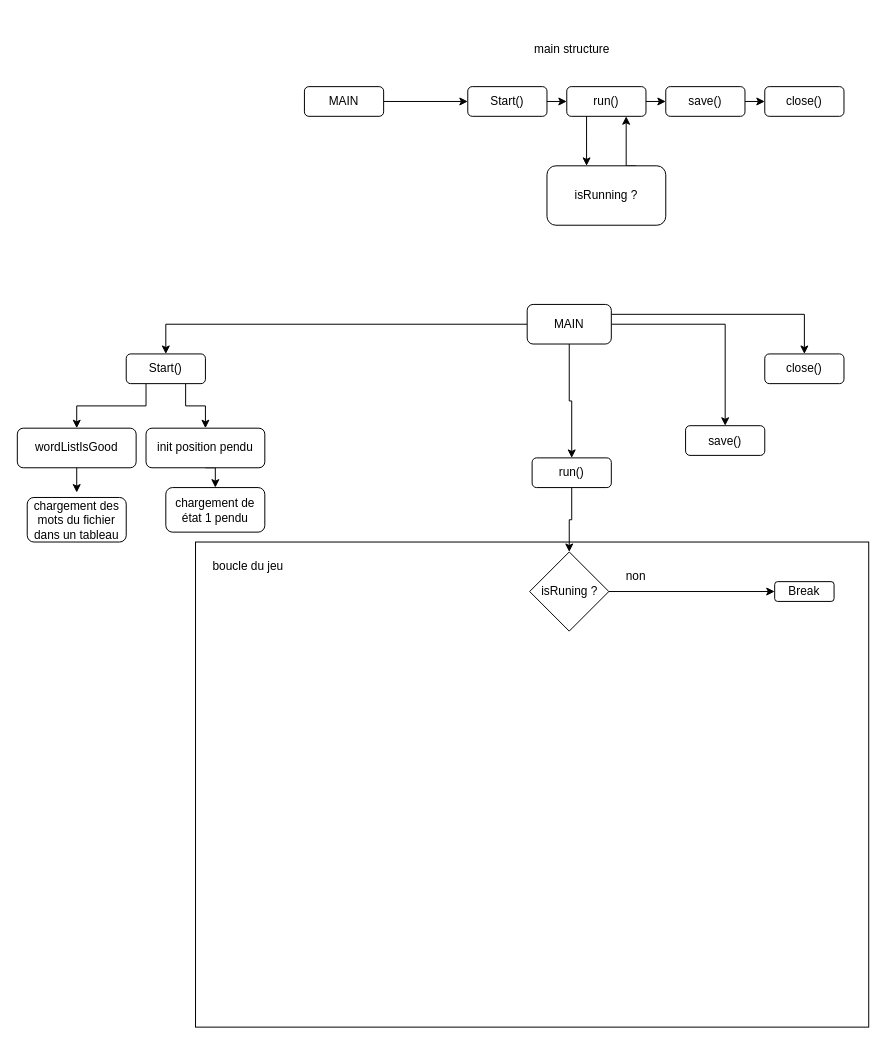
Before: ressources/struct.drawio in jolanallen/hangman-classic, a draw.io diagram. Source tidied: cells renumbered, new cells numbered last; positions are measured from the earlier drawing's top-left corner, leaving out a move shared by most shapes. Both pictures are drawn from the tidied source at 99%, with x=0, y=0 at pixel (17, 35).
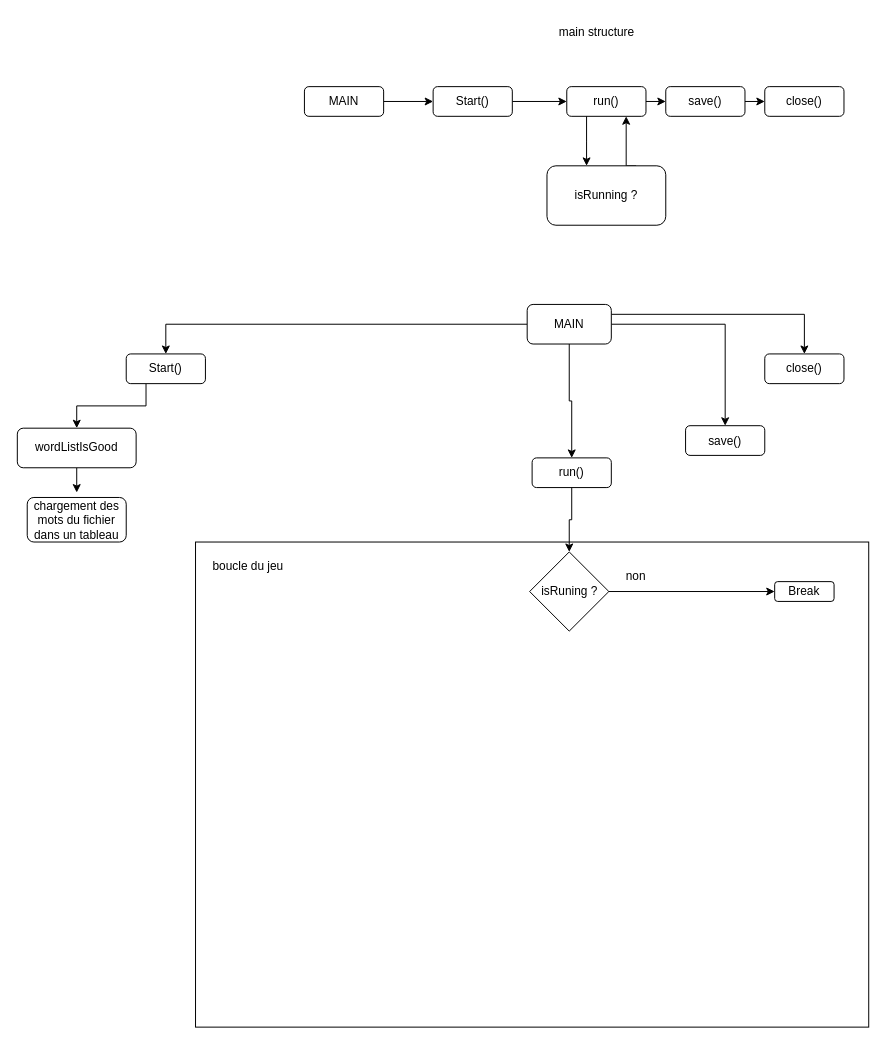
The same page after the edit.

The change refers to these unchanged cells:
```xml
<mxCell id="22" value="Start()" style="rounded=1;whiteSpace=wrap;html=1;" parent="1" vertex="1">
  <mxGeometry x="110" y="322" width="80" height="30" as="geometry" />
</mxCell>
```

Diff of the diagram source:
```diff
@@
     <mxCell id="2" value="main structure" style="text;html=1;align=center;verticalAlign=middle;strokeColor=none;fillColor=none;" parent="1" vertex="1">
-      <mxGeometry x="510" width="100" height="30" as="geometry" />
+      <mxGeometry x="535" y="-18" width="100" height="30" as="geometry" />
     </mxCell>
@@
     <mxCell id="6" value="Start()" style="rounded=1;whiteSpace=wrap;html=1;" parent="1" vertex="1">
-      <mxGeometry x="455" y="52" width="80" height="30" as="geometry" />
+      <mxGeometry x="420" y="52" width="80" height="30" as="geometry" />
     </mxCell>
@@
-    <mxCell id="21" style="edgeStyle=orthogonalEdgeStyle;rounded=0;jettySize=auto;html=1;exitX=0.75;exitY=1;exitDx=0;exitDy=0;entryX=0.5;entryY=0;entryDx=0;entryDy=0;" parent="1" edge="1" source="22" target="37">
-      <mxGeometry relative="1" as="geometry" />
-    </mxCell>
@@
-    <mxCell id="36" style="edgeStyle=orthogonalEdgeStyle;rounded=0;jettySize=auto;html=1;exitX=0.5;exitY=1;exitDx=0;exitDy=0;entryX=0.5;entryY=0;entryDx=0;entryDy=0;" parent="1" edge="1" source="37" target="39">
-      <mxGeometry relative="1" as="geometry" />
-    </mxCell>
-    <mxCell id="37" value="init position pendu" style="rounded=1;whiteSpace=wrap;html=1;" parent="1" vertex="1">
-      <mxGeometry x="130" y="397" width="120" height="40" as="geometry" />
-    </mxCell>
@@
-    <mxCell id="39" value="chargement de état 1 pendu" style="rounded=1;whiteSpace=wrap;html=1;" parent="1" vertex="1">
-      <mxGeometry x="150" y="457" width="100" height="45" as="geometry" />
-    </mxCell>
```
